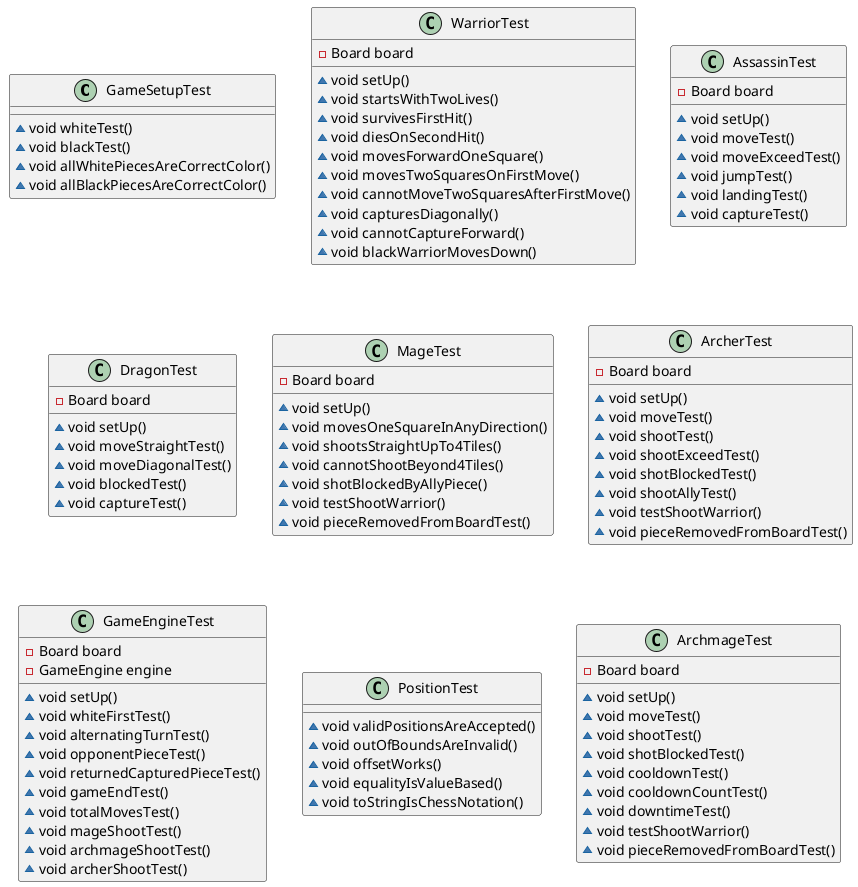
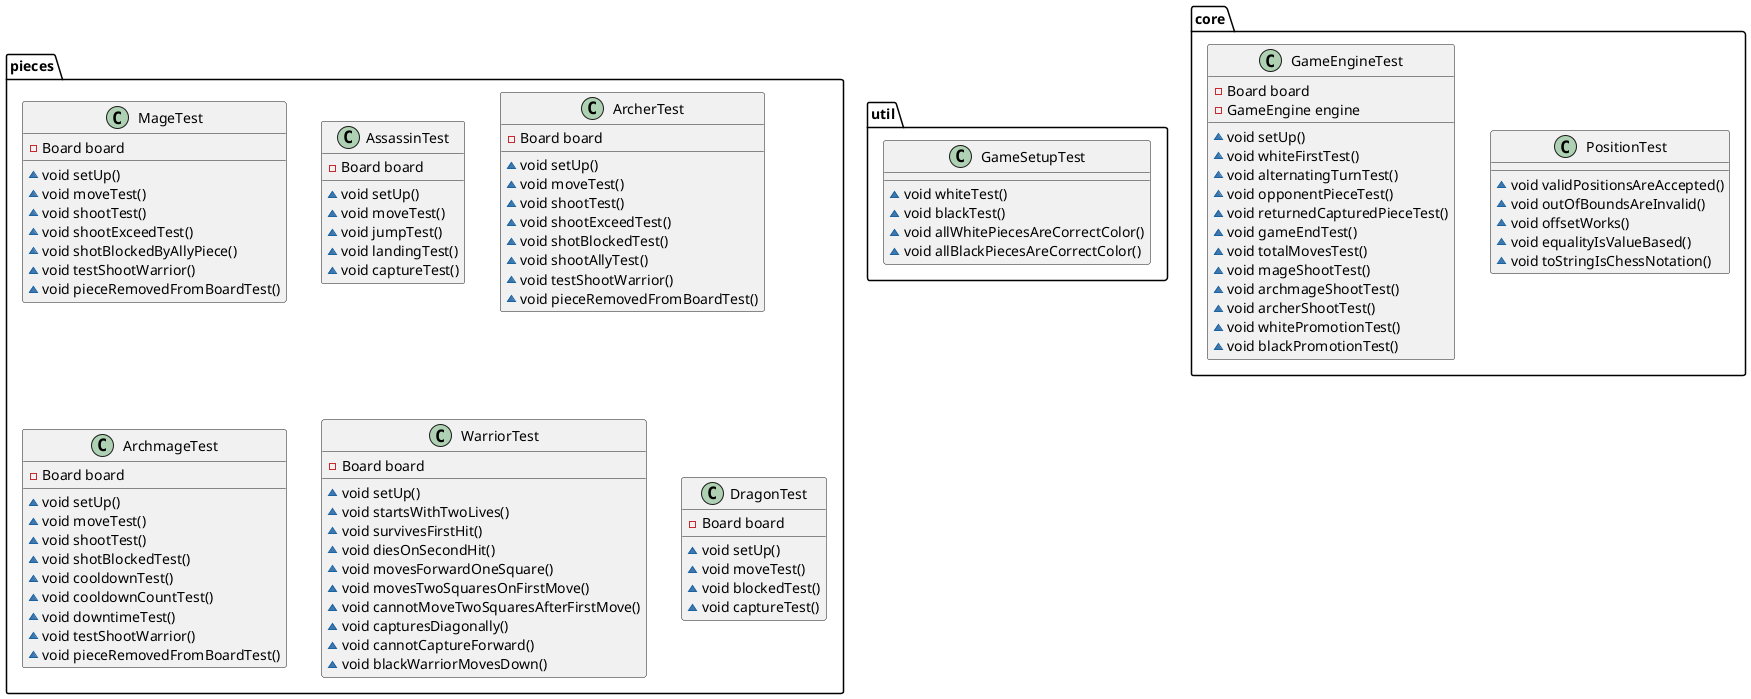
@startuml
- class GameSetupTest {
+ class util.GameSetupTest {
~ void whiteTest()
~ void blackTest()
~ void allWhitePiecesAreCorrectColor()
~ void allBlackPiecesAreCorrectColor()
}

- class WarriorTest {
+ class core.PositionTest {
+ ~ void validPositionsAreAccepted()
+ ~ void outOfBoundsAreInvalid()
+ ~ void offsetWorks()
+ ~ void equalityIsValueBased()
+ ~ void toStringIsChessNotation()
+ }
+ 
+ class pieces.MageTest {
+ - Board board
+ ~ void setUp()
+ ~ void moveTest()
+ ~ void shootTest()
+ ~ void shootExceedTest()
+ ~ void shotBlockedByAllyPiece()
+ ~ void testShootWarrior()
+ ~ void pieceRemovedFromBoardTest()
+ }
+ 
+ 
+ class pieces.AssassinTest {
+ - Board board
+ ~ void setUp()
+ ~ void moveTest()
+ ~ void jumpTest()
+ ~ void landingTest()
+ ~ void captureTest()
+ }
+ 
+ 
+ class pieces.ArcherTest {
+ - Board board
+ ~ void setUp()
+ ~ void moveTest()
+ ~ void shootTest()
+ ~ void shootExceedTest()
+ ~ void shotBlockedTest()
+ ~ void shootAllyTest()
+ ~ void testShootWarrior()
+ ~ void pieceRemovedFromBoardTest()
+ }
+ 
+ 
+ class core.GameEngineTest {
+ - Board board
+ - GameEngine engine
+ ~ void setUp()
+ ~ void whiteFirstTest()
+ ~ void alternatingTurnTest()
+ ~ void opponentPieceTest()
+ ~ void returnedCapturedPieceTest()
+ ~ void gameEndTest()
+ ~ void totalMovesTest()
+ ~ void mageShootTest()
+ ~ void archmageShootTest()
+ ~ void archerShootTest()
+ ~ void whitePromotionTest()
+ ~ void blackPromotionTest()
+ }
+ 
+ 
+ class pieces.ArchmageTest {
+ - Board board
+ ~ void setUp()
+ ~ void moveTest()
+ ~ void shootTest()
+ ~ void shotBlockedTest()
+ ~ void cooldownTest()
+ ~ void cooldownCountTest()
+ ~ void downtimeTest()
+ ~ void testShootWarrior()
+ ~ void pieceRemovedFromBoardTest()
+ }
+ 
+ 
+ class pieces.WarriorTest {
- Board board
~ void setUp()
~ void startsWithTwoLives()
~ void survivesFirstHit()
~ void diesOnSecondHit()
~ void movesForwardOneSquare()
~ void movesTwoSquaresOnFirstMove()
~ void cannotMoveTwoSquaresAfterFirstMove()
~ void capturesDiagonally()
~ void cannotCaptureForward()
~ void blackWarriorMovesDown()
}


- class AssassinTest {
+ class pieces.DragonTest {
- Board board
~ void setUp()
~ void moveTest()
- ~ void moveExceedTest()
- ~ void jumpTest()
- ~ void landingTest()
- ~ void captureTest()
- }
- 
- 
- class DragonTest {
- - Board board
- ~ void setUp()
- ~ void moveStraightTest()
- ~ void moveDiagonalTest()
~ void blockedTest()
~ void captureTest()
}


- class MageTest {
- - Board board
- ~ void setUp()
- ~ void movesOneSquareInAnyDirection()
- ~ void shootsStraightUpTo4Tiles()
- ~ void cannotShootBeyond4Tiles()
- ~ void shotBlockedByAllyPiece()
- ~ void testShootWarrior()
- ~ void pieceRemovedFromBoardTest()
- }
- 
- 
- class ArcherTest {
- - Board board
- ~ void setUp()
- ~ void moveTest()
- ~ void shootTest()
- ~ void shootExceedTest()
- ~ void shotBlockedTest()
- ~ void shootAllyTest()
- ~ void testShootWarrior()
- ~ void pieceRemovedFromBoardTest()
- }
- 
- 
- class GameEngineTest {
- - Board board
- - GameEngine engine
- ~ void setUp()
- ~ void whiteFirstTest()
- ~ void alternatingTurnTest()
- ~ void opponentPieceTest()
- ~ void returnedCapturedPieceTest()
- ~ void gameEndTest()
- ~ void totalMovesTest()
- ~ void mageShootTest()
- ~ void archmageShootTest()
- ~ void archerShootTest()
- }
- 
- 
- class PositionTest {
- ~ void validPositionsAreAccepted()
- ~ void outOfBoundsAreInvalid()
- ~ void offsetWorks()
- ~ void equalityIsValueBased()
- ~ void toStringIsChessNotation()
- }
- 
- class ArchmageTest {
- - Board board
- ~ void setUp()
- ~ void moveTest()
- ~ void shootTest()
- ~ void shotBlockedTest()
- ~ void cooldownTest()
- ~ void cooldownCountTest()
- ~ void downtimeTest()
- ~ void testShootWarrior()
- ~ void pieceRemovedFromBoardTest()
- }
- 
- 
@enduml